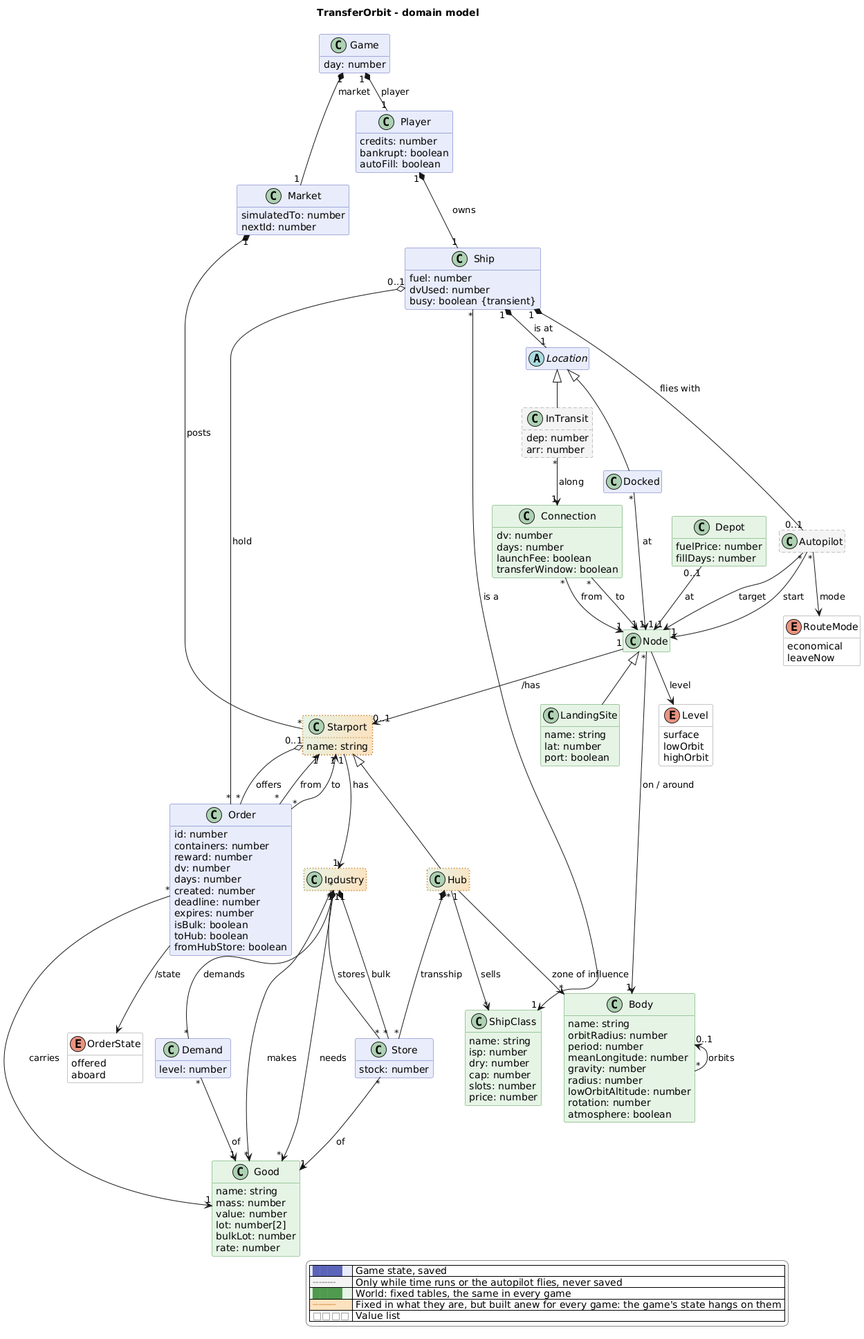
The PlantUML diagram docs/domain-model.png in scuzzar/TransferOrbit, before a commit.
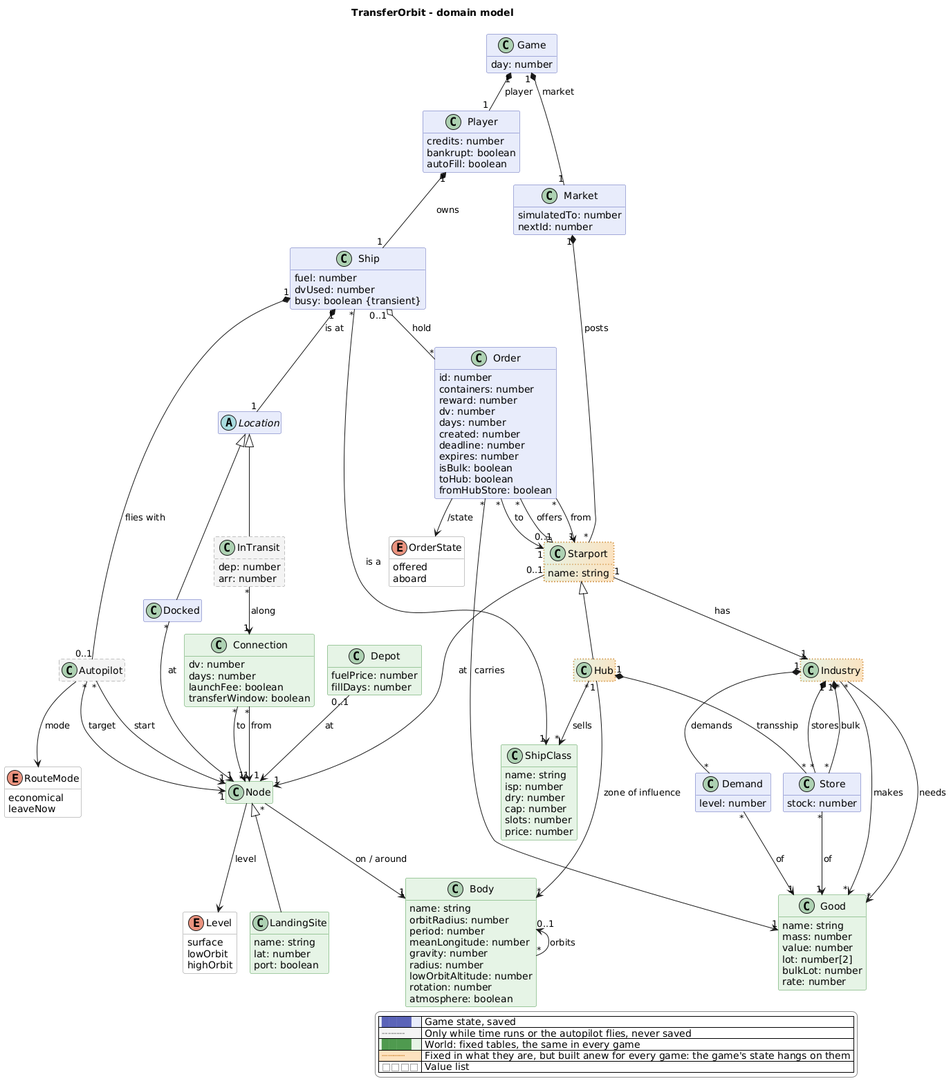
After the commit.

Commit message:
Let the starport point to its node, not the node to its starport

Diff of the diagram source:
```diff
@@ -180,7 +180,7 @@
 Node "*" --> "1" Body : on / around
 Node --> Level : level
 Node <|-- LandingSite
-Node "1" --> "0..1" Starport : /has
+Starport "0..1" --> "1" Node : at
 Body "0..1" <-- "*" Body : orbits
 Depot "0..1" --> "1" Node : at
 Connection "*" --> "1" Node : from
```
